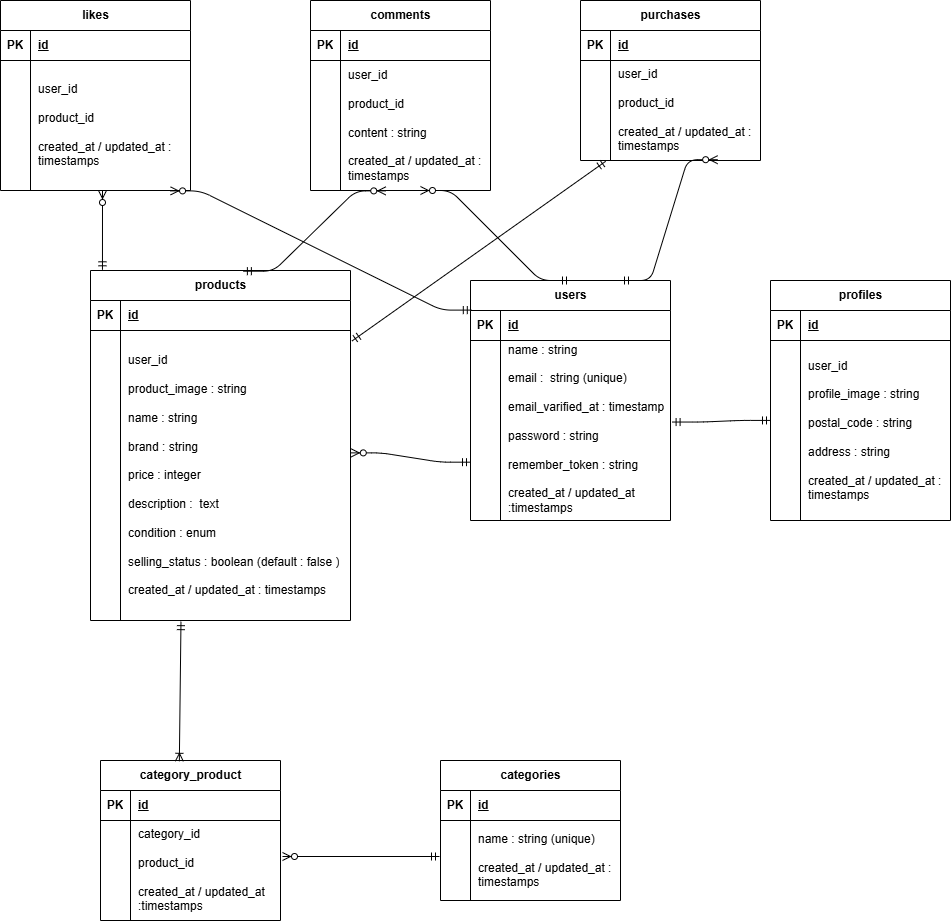
Before: ER.drawio.png, a diagram exported from draw.io (Yumi-86/Flea-Market). Source tidied: cells renumbered, new cells last; positions are measured from the earlier drawing's top-left corner, leaving out a move shared by most shapes.
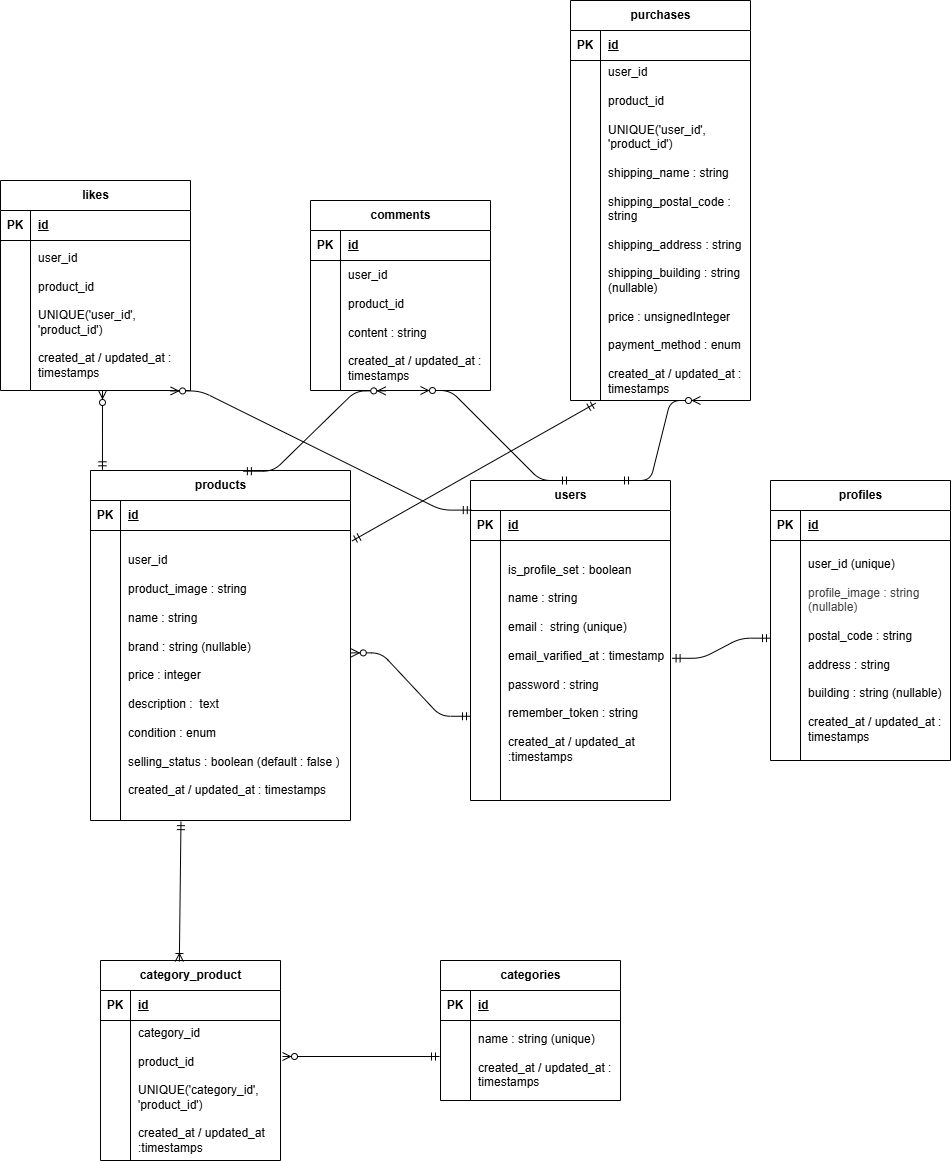
The same diagram one commit later.

The edit, as a diff of the source:
```diff
@@ -3,7 +3,7 @@
     <mxCell id="0" />
     <mxCell id="1" parent="0" />
     <mxCell id="2" value="likes" style="shape=table;startSize=30;rowLines=0;fontStyle=1;align=center;html=1;" parent="1" vertex="1">
-      <mxGeometry width="190" height="190" as="geometry" />
+      <mxGeometry y="-20" width="190" height="210" as="geometry" />
     </mxCell>
     <mxCell id="3" style="shape=tableRow;horizontal=0;startSize=0;swimlaneHead=0;swimlaneBody=0;fillColor=none;top=0;left=0;right=0;bottom=1;" parent="2" vertex="1">
       <mxGeometry y="30" width="190" height="30" as="geometry" />
@@ -15,16 +15,16 @@
       <mxGeometry x="30" width="160" height="30" as="geometry" />
     </mxCell>
     <mxCell id="6" style="shape=tableRow;horizontal=0;startSize=0;swimlaneHead=0;swimlaneBody=0;fillColor=none;points=[[0,0.5],[1,0.5]];portConstraint=eastwest;top=0;left=0;right=0;bottom=0;" parent="2" vertex="1">
-      <mxGeometry y="60" width="190" height="130" as="geometry" />
+      <mxGeometry y="60" width="190" height="150" as="geometry" />
     </mxCell>
     <mxCell id="7" style="shape=partialRectangle;fillColor=none;top=0;left=0;bottom=0;right=0;overflow=hidden;whiteSpace=wrap;html=1;" parent="6" vertex="1">
-      <mxGeometry width="30" height="130" as="geometry" />
+      <mxGeometry width="30" height="150" as="geometry" />
     </mxCell>
-    <mxCell id="8" value="user_id&lt;div&gt;&lt;br&gt;&lt;/div&gt;&lt;div&gt;product_id&lt;/div&gt;&lt;div&gt;&lt;br&gt;&lt;/div&gt;&lt;div&gt;created_at / updated_at : timestamps&lt;/div&gt;" style="shape=partialRectangle;fillColor=none;top=0;left=0;bottom=0;right=0;align=left;spacingLeft=6;overflow=hidden;whiteSpace=wrap;html=1;" parent="6" vertex="1">
-      <mxGeometry x="30" width="160" height="130" as="geometry" />
+    <mxCell id="8" value="user_id&lt;div&gt;&lt;br&gt;&lt;/div&gt;&lt;div&gt;product_id&lt;/div&gt;&lt;div&gt;&lt;br&gt;&lt;/div&gt;&lt;div&gt;UNIQUE('user_id', 'product_id')&lt;/div&gt;&lt;div&gt;&lt;br&gt;&lt;/div&gt;&lt;div&gt;created_at / updated_at : timestamps&lt;/div&gt;" style="shape=partialRectangle;fillColor=none;top=0;left=0;bottom=0;right=0;align=left;spacingLeft=6;overflow=hidden;whiteSpace=wrap;html=1;" parent="6" vertex="1">
+      <mxGeometry x="30" width="160" height="150" as="geometry" />
     </mxCell>
     <mxCell id="9" value="users" style="shape=table;startSize=30;rowLines=0;fontStyle=1;align=center;html=1;" parent="1" vertex="1">
-      <mxGeometry x="470" y="280" width="200" height="240" as="geometry" />
+      <mxGeometry x="470" y="280" width="200" height="320" as="geometry" />
     </mxCell>
     <mxCell id="10" style="shape=tableRow;horizontal=0;startSize=0;swimlaneHead=0;swimlaneBody=0;fillColor=none;points=[[0,0.5],[1,0.5]];portConstraint=eastwest;top=0;left=0;right=0;bottom=1;" parent="9" vertex="1">
       <mxGeometry y="30" width="200" height="30" as="geometry" />
@@ -36,13 +36,13 @@
       <mxGeometry x="30" width="170" height="30" as="geometry" />
     </mxCell>
     <mxCell id="13" style="shape=tableRow;horizontal=0;startSize=0;swimlaneHead=0;swimlaneBody=0;fillColor=none;points=[[0,0.5],[1,0.5]];portConstraint=eastwest;top=0;left=0;right=0;bottom=0;" parent="9" vertex="1">
-      <mxGeometry y="60" width="200" height="180" as="geometry" />
+      <mxGeometry y="60" width="200" height="260" as="geometry" />
     </mxCell>
     <mxCell id="14" style="shape=partialRectangle;fillColor=none;top=0;left=0;bottom=0;right=0;overflow=hidden;whiteSpace=wrap;html=1;" parent="13" vertex="1">
-      <mxGeometry width="30" height="180" as="geometry" />
+      <mxGeometry width="30" height="260" as="geometry" />
     </mxCell>
-    <mxCell id="15" value="name : string&lt;div&gt;&lt;font color=&quot;#000000&quot;&gt;&lt;br&gt;&lt;/font&gt;&lt;div&gt;email :&amp;nbsp; string (unique)&lt;/div&gt;&lt;div&gt;&lt;br&gt;&lt;/div&gt;&lt;div&gt;email_varified_at : timestamp&lt;/div&gt;&lt;div&gt;&lt;br&gt;&lt;/div&gt;&lt;div&gt;password : string&lt;/div&gt;&lt;div&gt;&lt;br&gt;&lt;/div&gt;&lt;div&gt;remember_token : string&lt;/div&gt;&lt;div&gt;&lt;br&gt;&lt;/div&gt;&lt;div&gt;created_at / updated_at :timestamps&lt;/div&gt;&lt;div&gt;&lt;br&gt;&lt;/div&gt;&lt;div&gt;&lt;div&gt;&lt;br&gt;&lt;/div&gt;&lt;/div&gt;&lt;/div&gt;" style="shape=partialRectangle;fillColor=none;top=0;left=0;bottom=0;right=0;align=left;spacingLeft=6;overflow=hidden;whiteSpace=wrap;html=1;" parent="13" vertex="1">
-      <mxGeometry x="30" width="170" height="180" as="geometry" />
+    <mxCell id="15" value="&lt;div&gt;&lt;br&gt;&lt;/div&gt;&lt;div&gt;is_profile_set : boolean&lt;/div&gt;&lt;div&gt;&lt;br&gt;&lt;/div&gt;name : string&lt;div&gt;&lt;font color=&quot;#000000&quot;&gt;&lt;br&gt;&lt;/font&gt;&lt;div&gt;email :&amp;nbsp; string (unique)&lt;/div&gt;&lt;div&gt;&lt;br&gt;&lt;/div&gt;&lt;div&gt;email_varified_at : timestamp&lt;/div&gt;&lt;div&gt;&lt;br&gt;&lt;/div&gt;&lt;div&gt;password : string&lt;/div&gt;&lt;div&gt;&lt;br&gt;&lt;/div&gt;&lt;div&gt;remember_token : string&lt;/div&gt;&lt;div&gt;&lt;br&gt;&lt;/div&gt;&lt;div&gt;created_at / updated_at :timestamps&lt;/div&gt;&lt;div&gt;&lt;br&gt;&lt;/div&gt;&lt;div&gt;&lt;div&gt;&lt;br&gt;&lt;/div&gt;&lt;/div&gt;&lt;/div&gt;" style="shape=partialRectangle;fillColor=none;top=0;left=0;bottom=0;right=0;align=left;spacingLeft=6;overflow=hidden;whiteSpace=wrap;html=1;" parent="13" vertex="1">
+      <mxGeometry x="30" width="170" height="260" as="geometry" />
     </mxCell>
     <mxCell id="16" value="comments" style="shape=table;startSize=30;rowLines=0;fontStyle=1;align=center;html=1;" parent="1" vertex="1">
       <mxGeometry x="310" width="180" height="190" as="geometry" />
@@ -66,7 +66,7 @@
       <mxGeometry x="30" width="150" height="130" as="geometry" />
     </mxCell>
     <mxCell id="23" value="profiles" style="shape=table;startSize=30;rowLines=0;fontStyle=1;align=center;html=1;" parent="1" vertex="1">
-      <mxGeometry x="770" y="280" width="180" height="240" as="geometry" />
+      <mxGeometry x="770" y="280" width="180" height="280" as="geometry" />
     </mxCell>
     <mxCell id="24" style="shape=tableRow;horizontal=0;startSize=0;swimlaneHead=0;swimlaneBody=0;fillColor=none;top=0;left=0;right=0;bottom=1;" parent="23" vertex="1">
       <mxGeometry y="30" width="180" height="30" as="geometry" />
@@ -78,13 +78,13 @@
       <mxGeometry x="30" width="150" height="30" as="geometry" />
     </mxCell>
     <mxCell id="27" style="shape=tableRow;horizontal=0;startSize=0;swimlaneHead=0;swimlaneBody=0;fillColor=none;points=[[0,0.5],[1,0.5]];portConstraint=eastwest;top=0;left=0;right=0;bottom=0;" parent="23" vertex="1">
-      <mxGeometry y="60" width="180" height="180" as="geometry" />
+      <mxGeometry y="60" width="180" height="220" as="geometry" />
     </mxCell>
     <mxCell id="28" style="shape=partialRectangle;fillColor=none;top=0;left=0;bottom=0;right=0;overflow=hidden;whiteSpace=wrap;html=1;" parent="27" vertex="1">
-      <mxGeometry width="30" height="180" as="geometry" />
+      <mxGeometry width="30" height="220" as="geometry" />
     </mxCell>
-    <mxCell id="29" value="user_id&lt;div&gt;&lt;br&gt;&lt;/div&gt;&lt;div&gt;profile_image : string&lt;/div&gt;&lt;div&gt;&lt;br&gt;&lt;/div&gt;&lt;div&gt;postal_code : string&lt;/div&gt;&lt;div&gt;&lt;br&gt;&lt;/div&gt;&lt;div&gt;address : string&lt;/div&gt;&lt;div&gt;&lt;br&gt;&lt;/div&gt;&lt;div&gt;created_at / updated_at : timestamps&lt;/div&gt;" style="shape=partialRectangle;fillColor=none;top=0;left=0;bottom=0;right=0;align=left;spacingLeft=6;overflow=hidden;whiteSpace=wrap;html=1;" parent="27" vertex="1">
-      <mxGeometry x="30" width="150" height="180" as="geometry" />
+    <mxCell id="29" value="user_id (unique)&lt;div&gt;&lt;br&gt;&lt;/div&gt;&lt;div&gt;&lt;span style=&quot;color: rgb(63, 63, 63); background-color: transparent;&quot;&gt;profile_image : string&lt;/span&gt;&lt;/div&gt;&lt;div&gt;&lt;span style=&quot;color: rgb(63, 63, 63); background-color: transparent;&quot;&gt;(nullable)&lt;/span&gt;&lt;/div&gt;&lt;div&gt;&lt;br&gt;&lt;/div&gt;&lt;div&gt;postal_code : string&lt;/div&gt;&lt;div&gt;&lt;br&gt;&lt;/div&gt;&lt;div&gt;address : string&lt;/div&gt;&lt;div&gt;&lt;br&gt;&lt;/div&gt;&lt;div&gt;building : string (nullable)&lt;/div&gt;&lt;div&gt;&lt;br&gt;&lt;/div&gt;&lt;div&gt;created_at / updated_at : timestamps&lt;/div&gt;" style="shape=partialRectangle;fillColor=none;top=0;left=0;bottom=0;right=0;align=left;spacingLeft=6;overflow=hidden;whiteSpace=wrap;html=1;" parent="27" vertex="1">
+      <mxGeometry x="30" width="150" height="220" as="geometry" />
     </mxCell>
     <mxCell id="30" value="products" style="shape=table;startSize=30;rowLines=0;fontStyle=1;align=center;html=1;" parent="1" vertex="1">
       <mxGeometry x="90" y="270" width="260" height="350" as="geometry" />
@@ -104,11 +104,11 @@
     <mxCell id="35" style="shape=partialRectangle;fillColor=none;top=0;left=0;bottom=0;right=0;overflow=hidden;whiteSpace=wrap;html=1;" parent="34" vertex="1">
       <mxGeometry width="30" height="290" as="geometry" />
     </mxCell>
-    <mxCell id="36" value="user_id&lt;div&gt;&lt;br&gt;&lt;/div&gt;&lt;div&gt;product_image : string&lt;/div&gt;&lt;div&gt;&lt;br&gt;&lt;/div&gt;&lt;div&gt;name : string&lt;/div&gt;&lt;div&gt;&lt;br&gt;&lt;/div&gt;&lt;div&gt;brand : string&lt;/div&gt;&lt;div&gt;&lt;br&gt;&lt;/div&gt;&lt;div&gt;price : integer&lt;/div&gt;&lt;div&gt;&lt;br&gt;&lt;/div&gt;&lt;div&gt;description :&amp;nbsp; text&lt;/div&gt;&lt;div&gt;&lt;br&gt;&lt;/div&gt;&lt;div&gt;condition : enum&lt;/div&gt;&lt;div&gt;&lt;br&gt;&lt;/div&gt;&lt;div&gt;selling_status : boolean (default : false )&lt;/div&gt;&lt;div&gt;&lt;br&gt;&lt;/div&gt;&lt;div&gt;created_at / updated_at : timestamps&lt;/div&gt;" style="shape=partialRectangle;fillColor=none;top=0;left=0;bottom=0;right=0;align=left;spacingLeft=6;overflow=hidden;whiteSpace=wrap;html=1;" parent="34" vertex="1">
+    <mxCell id="36" value="user_id&lt;div&gt;&lt;br&gt;&lt;/div&gt;&lt;div&gt;product_image : string&lt;/div&gt;&lt;div&gt;&lt;br&gt;&lt;/div&gt;&lt;div&gt;name : string&lt;/div&gt;&lt;div&gt;&lt;br&gt;&lt;/div&gt;&lt;div&gt;brand : string (nullable)&lt;/div&gt;&lt;div&gt;&lt;br&gt;&lt;/div&gt;&lt;div&gt;price : integer&lt;/div&gt;&lt;div&gt;&lt;br&gt;&lt;/div&gt;&lt;div&gt;description :&amp;nbsp; text&lt;/div&gt;&lt;div&gt;&lt;br&gt;&lt;/div&gt;&lt;div&gt;condition : enum&lt;/div&gt;&lt;div&gt;&lt;br&gt;&lt;/div&gt;&lt;div&gt;selling_status : boolean (default : false )&lt;/div&gt;&lt;div&gt;&lt;br&gt;&lt;/div&gt;&lt;div&gt;created_at / updated_at : timestamps&lt;/div&gt;" style="shape=partialRectangle;fillColor=none;top=0;left=0;bottom=0;right=0;align=left;spacingLeft=6;overflow=hidden;whiteSpace=wrap;html=1;" parent="34" vertex="1">
       <mxGeometry x="30" width="230" height="290" as="geometry" />
     </mxCell>
     <mxCell id="37" value="purchases" style="shape=table;startSize=30;rowLines=0;fontStyle=1;align=center;html=1;" parent="1" vertex="1">
-      <mxGeometry x="580" width="180" height="160" as="geometry" />
+      <mxGeometry x="570" y="-200" width="180" height="400" as="geometry" />
     </mxCell>
     <mxCell id="38" style="shape=tableRow;horizontal=0;startSize=0;swimlaneHead=0;swimlaneBody=0;fillColor=none;top=0;left=0;right=0;bottom=1;" parent="37" vertex="1">
       <mxGeometry y="30" width="180" height="30" as="geometry" />
@@ -120,16 +120,16 @@
       <mxGeometry x="30" width="150" height="30" as="geometry" />
     </mxCell>
     <mxCell id="41" style="shape=tableRow;horizontal=0;startSize=0;swimlaneHead=0;swimlaneBody=0;fillColor=none;points=[[0,0.5],[1,0.5]];portConstraint=eastwest;top=0;left=0;right=0;bottom=0;" parent="37" vertex="1">
-      <mxGeometry y="60" width="180" height="100" as="geometry" />
+      <mxGeometry y="60" width="180" height="340" as="geometry" />
     </mxCell>
     <mxCell id="42" style="shape=partialRectangle;fillColor=none;top=0;left=0;bottom=0;right=0;overflow=hidden;whiteSpace=wrap;html=1;" parent="41" vertex="1">
-      <mxGeometry width="30" height="100" as="geometry" />
+      <mxGeometry width="30" height="340" as="geometry" />
     </mxCell>
-    <mxCell id="43" value="user_id&lt;div&gt;&lt;br&gt;&lt;/div&gt;&lt;div&gt;product_id&lt;/div&gt;&lt;div&gt;&lt;br&gt;&lt;/div&gt;&lt;div&gt;created_at / updated_at : timestamps&lt;/div&gt;" style="shape=partialRectangle;fillColor=none;top=0;left=0;bottom=0;right=0;align=left;spacingLeft=6;overflow=hidden;whiteSpace=wrap;html=1;" parent="41" vertex="1">
-      <mxGeometry x="30" width="150" height="100" as="geometry" />
+    <mxCell id="43" value="user_id&lt;div&gt;&lt;br&gt;&lt;/div&gt;&lt;div&gt;product_id&lt;/div&gt;&lt;div&gt;&lt;br&gt;&lt;/div&gt;&lt;div&gt;UNIQUE('user_id', 'product_id')&lt;/div&gt;&lt;div&gt;&lt;br&gt;&lt;/div&gt;&lt;div&gt;shipping_name : string&lt;/div&gt;&lt;div&gt;&lt;br&gt;&lt;/div&gt;&lt;div&gt;shipping_postal_code : string&lt;/div&gt;&lt;div&gt;&lt;br&gt;&lt;/div&gt;&lt;div&gt;shipping_address : string&lt;/div&gt;&lt;div&gt;&lt;br&gt;&lt;/div&gt;&lt;div&gt;shipping_building : string&lt;/div&gt;&lt;div&gt;(nullable)&lt;/div&gt;&lt;div&gt;&lt;br&gt;&lt;/div&gt;&lt;div&gt;price : unsignedInteger&lt;/div&gt;&lt;div&gt;&lt;br&gt;&lt;/div&gt;&lt;div&gt;payment_method : enum&lt;/div&gt;&lt;div&gt;&lt;br&gt;&lt;/div&gt;&lt;div&gt;created_at / updated_at : timestamps&lt;/div&gt;" style="shape=partialRectangle;fillColor=none;top=0;left=0;bottom=0;right=0;align=left;spacingLeft=6;overflow=hidden;whiteSpace=wrap;html=1;" parent="41" vertex="1">
+      <mxGeometry x="30" width="150" height="340" as="geometry" />
     </mxCell>
     <mxCell id="44" value="category_product" style="shape=table;startSize=30;rowLines=0;fontStyle=1;align=center;html=1;" parent="1" vertex="1">
-      <mxGeometry x="100" y="760" width="180" height="160" as="geometry" />
+      <mxGeometry x="100" y="760" width="180" height="200" as="geometry" />
     </mxCell>
     <mxCell id="45" style="shape=tableRow;horizontal=0;startSize=0;swimlaneHead=0;swimlaneBody=0;fillColor=none;top=0;left=0;right=0;bottom=1;" parent="44" vertex="1">
       <mxGeometry y="30" width="180" height="30" as="geometry" />
@@ -141,13 +141,13 @@
       <mxGeometry x="30" width="150" height="30" as="geometry" />
     </mxCell>
     <mxCell id="48" style="shape=tableRow;horizontal=0;startSize=0;swimlaneHead=0;swimlaneBody=0;fillColor=none;top=0;left=0;right=0;bottom=0;" parent="44" vertex="1">
-      <mxGeometry y="60" width="180" height="100" as="geometry" />
+      <mxGeometry y="60" width="180" height="140" as="geometry" />
     </mxCell>
     <mxCell id="49" style="shape=partialRectangle;fillColor=none;top=0;left=0;bottom=0;right=0;overflow=hidden;whiteSpace=wrap;html=1;" parent="48" vertex="1">
-      <mxGeometry width="30" height="100" as="geometry" />
+      <mxGeometry width="30" height="140" as="geometry" />
     </mxCell>
-    <mxCell id="50" value="category_id&lt;div&gt;&lt;br&gt;&lt;/div&gt;&lt;div&gt;product_id&lt;/div&gt;&lt;div&gt;&lt;br&gt;&lt;/div&gt;&lt;div&gt;created_at / updated_at :timestamps&lt;/div&gt;" style="shape=partialRectangle;fillColor=none;top=0;left=0;bottom=0;right=0;align=left;spacingLeft=6;overflow=hidden;whiteSpace=wrap;html=1;" parent="48" vertex="1">
-      <mxGeometry x="30" width="150" height="100" as="geometry" />
+    <mxCell id="50" value="category_id&lt;div&gt;&lt;br&gt;&lt;/div&gt;&lt;div&gt;product_id&lt;/div&gt;&lt;div&gt;&lt;br&gt;&lt;/div&gt;&lt;div&gt;UNIQUE('category_id', 'product_id')&lt;/div&gt;&lt;div&gt;&lt;br&gt;&lt;/div&gt;&lt;div&gt;created_at / updated_at :timestamps&lt;/div&gt;" style="shape=partialRectangle;fillColor=none;top=0;left=0;bottom=0;right=0;align=left;spacingLeft=6;overflow=hidden;whiteSpace=wrap;html=1;" parent="48" vertex="1">
+      <mxGeometry x="30" width="150" height="140" as="geometry" />
     </mxCell>
     <mxCell id="51" value="categories" style="shape=table;startSize=30;rowLines=0;fontStyle=1;align=center;html=1;" parent="1" vertex="1">
       <mxGeometry x="440" y="760" width="180" height="140" as="geometry" />
@@ -198,8 +198,10 @@
     <mxCell id="64" style="fontSize=12;html=1;endArrow=ERmandOne;startArrow=ERmandOne;entryX=0.14;entryY=1.008;entryDx=0;entryDy=0;entryPerimeter=0;exitX=1.006;exitY=0.036;exitDx=0;exitDy=0;exitPerimeter=0;" parent="1" edge="1" source="34" target="41">
       <mxGeometry relative="1" as="geometry" />
     </mxCell>
-    <mxCell id="65" style="fontSize=12;html=1;endArrow=ERzeroToMany;startArrow=ERmandOne;entryX=0.762;entryY=0.992;entryDx=0;entryDy=0;entryPerimeter=0;exitX=0.75;exitY=0;exitDx=0;exitDy=0;edgeStyle=entityRelationEdgeStyle;" parent="1" edge="1" source="9" target="41">
-      <mxGeometry relative="1" as="geometry" />
+    <mxCell id="65" style="fontSize=12;html=1;endArrow=ERzeroToMany;startArrow=ERmandOne;exitX=0.75;exitY=0;exitDx=0;exitDy=0;edgeStyle=entityRelationEdgeStyle;" parent="1" edge="1" source="9">
+      <mxGeometry relative="1" as="geometry">
+        <mxPoint x="700" y="200" as="targetPoint" />
+      </mxGeometry>
     </mxCell>
     <mxCell id="66" style="fontSize=12;html=1;endArrow=ERzeroToMany;startArrow=ERmandOne;" parent="1" edge="1">
       <mxGeometry relative="1" as="geometry">
```
